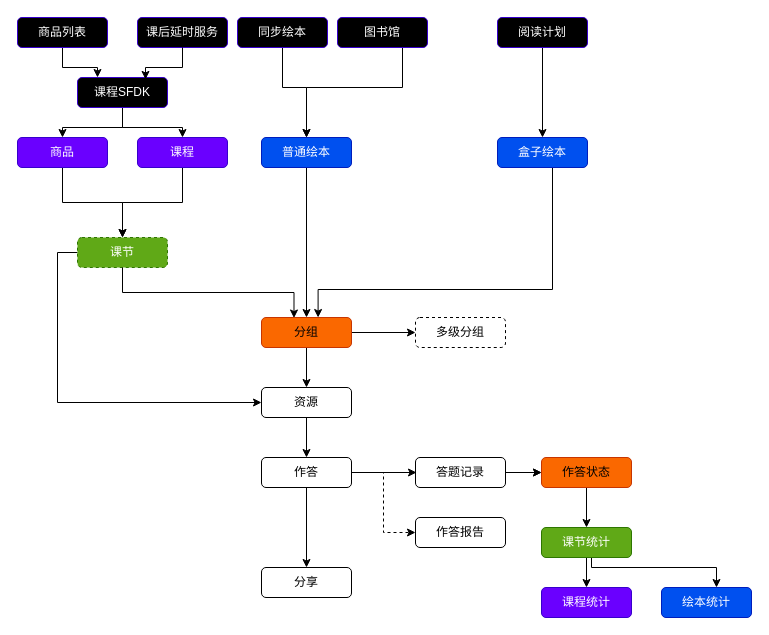
little-bee-zz/draw keeps this draw.io diagram as 未命名绘图.drawio. Above is the earlier version. Source tidied: cells renumbered, new cells numbered last; positions are measured from the earlier drawing's top-left corner, leaving out a move shared by most shapes. Both pictures are drawn from the tidied source at 100%, with x=0, y=0 at pixel (17, 17).
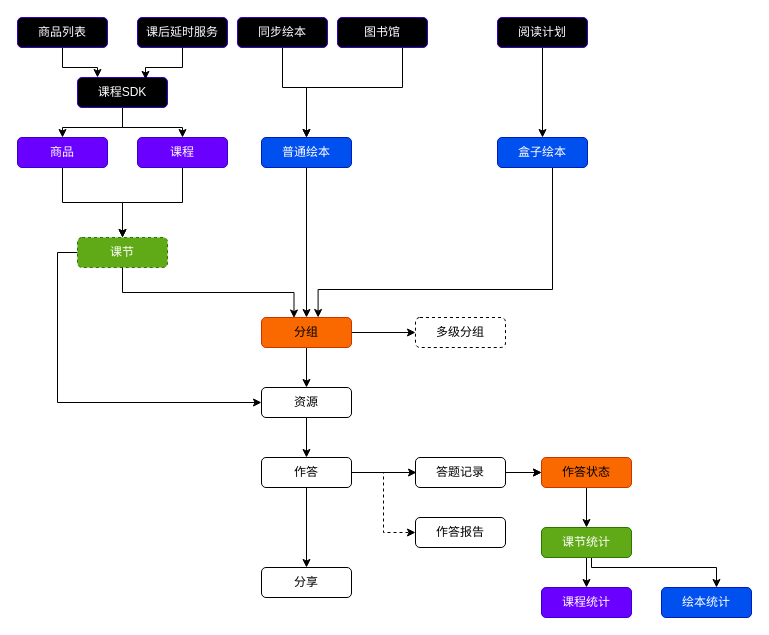
After the change.

Commit message:
更新未命名绘图.drawio

Change to the diagram source:
```diff
@@
-    <mxCell id="39" value="课程SFDK" style="rounded=1;whiteSpace=wrap;html=1;fillColor=light-dark(#6A00FF,#99FFFF);fontColor=#ffffff;strokeColor=light-dark(#3700CC,#B3B3B3);gradientColor=default;" parent="1" vertex="1">
+    <mxCell id="39" value="课程SDK" style="rounded=1;whiteSpace=wrap;html=1;fillColor=light-dark(#6A00FF,#99FFFF);fontColor=#ffffff;strokeColor=light-dark(#3700CC,#B3B3B3);gradientColor=default;" parent="1" vertex="1">
       <mxGeometry x="60" y="60" width="90" height="30" as="geometry" />
     </mxCell>
```
